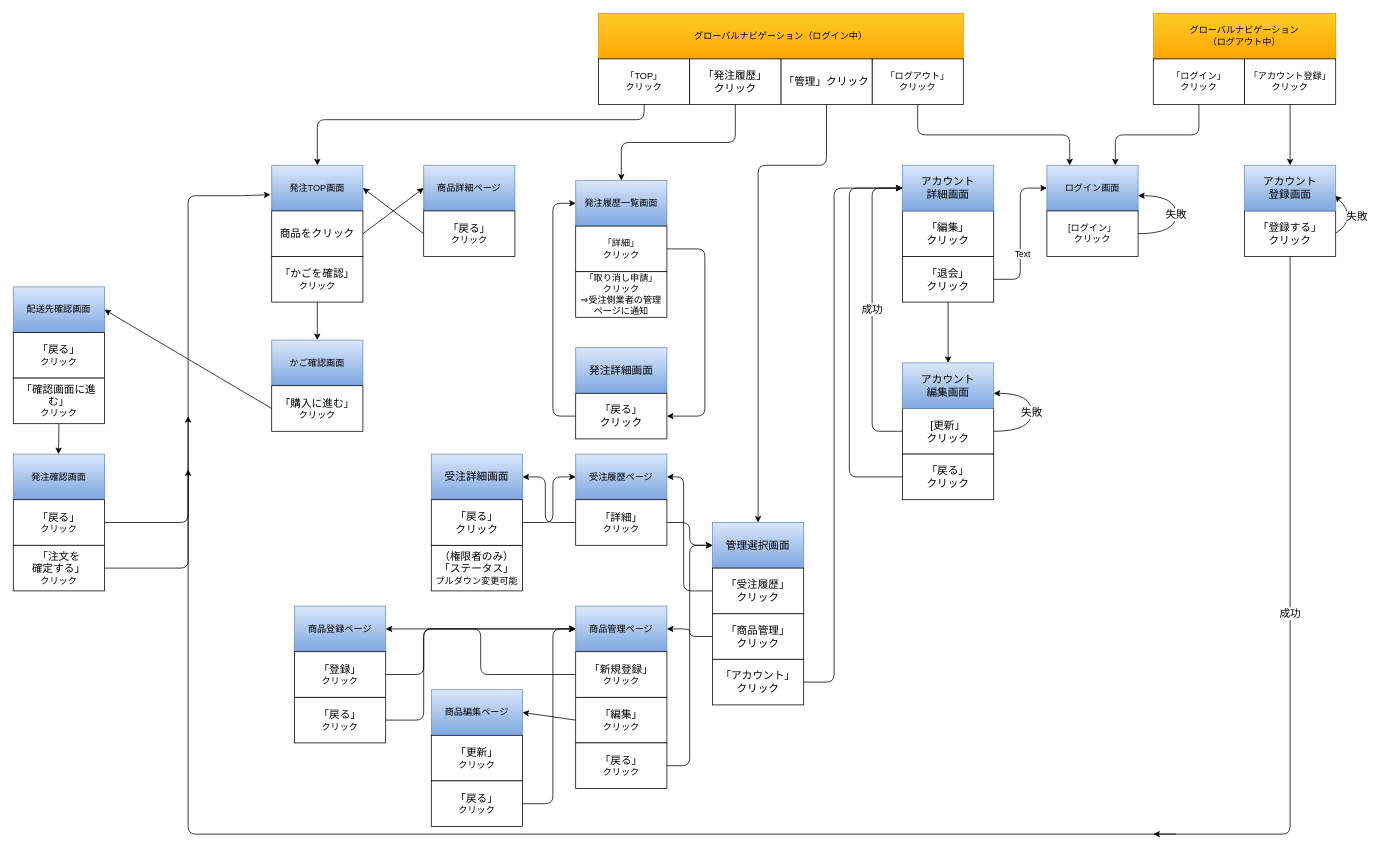
Above: screen_transition3.drawio in ushimedia/catalog_task_3 (draw.io), before the change. Source tidied: cells renumbered, new cells numbered last; positions are measured from the earlier drawing's top-left corner, leaving out a move shared by most shapes. Both pictures are drawn from the tidied source at 76%, with x=0, y=0 at pixel (13, 13).
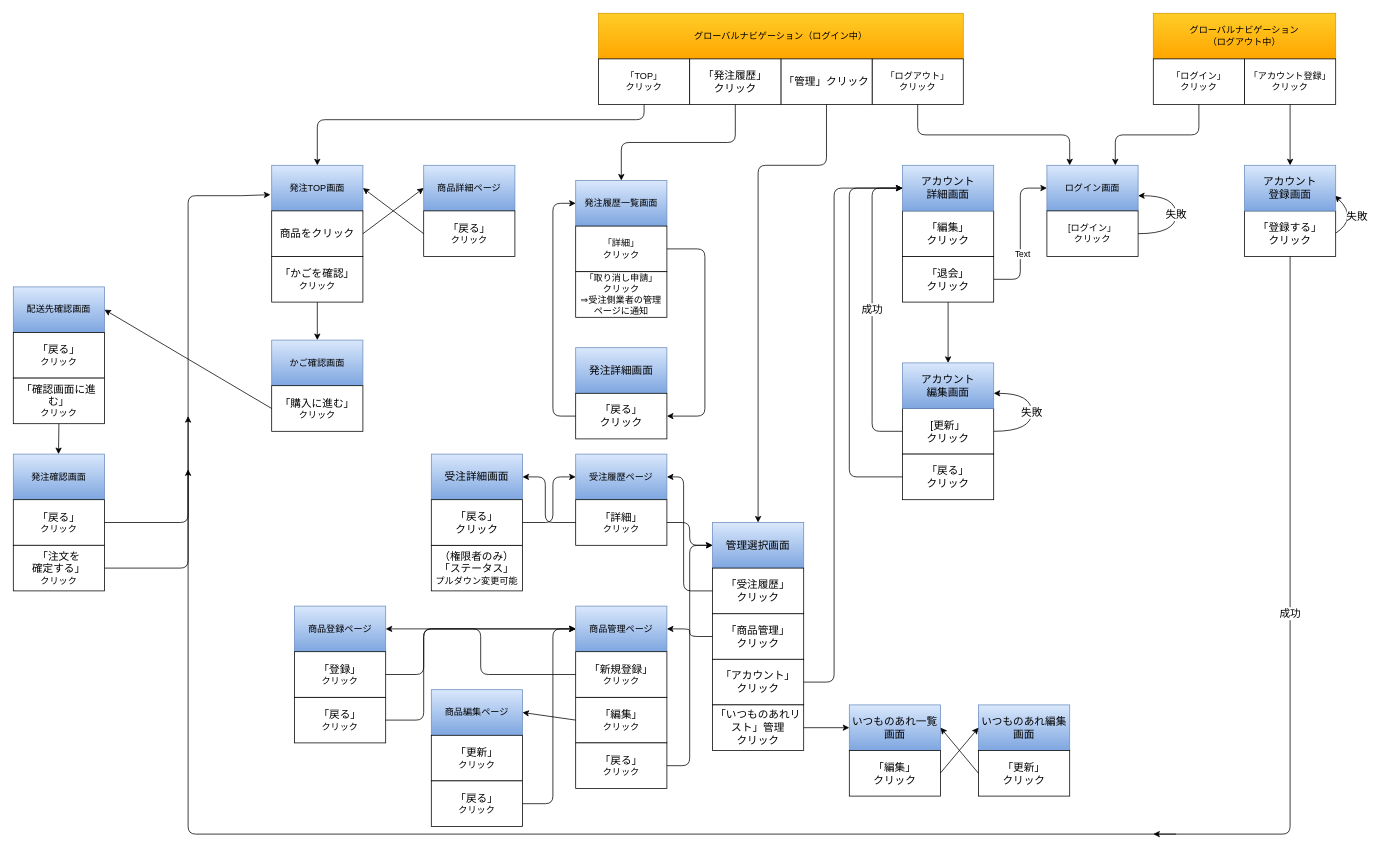
Above is the later version.

Diff of the diagram source:
```diff
@@
+    <mxCell id="95" value="「いつものあれリスト」管理&lt;br&gt;クリック" style="rounded=0;whiteSpace=wrap;html=1;fontSize=14;" parent="1" vertex="1">
+      <mxGeometry x="920" y="910" width="120" height="60" as="geometry" />
+    </mxCell>
+    <mxCell id="96" value="いつものあれ編集画面" style="rounded=0;whiteSpace=wrap;html=1;fontSize=14;fillColor=#dae8fc;gradientColor=#7ea6e0;strokeColor=#6c8ebf;" parent="1" vertex="1">
+      <mxGeometry x="1270" y="910" width="120" height="60" as="geometry" />
+    </mxCell>
+    <mxCell id="97" value="「更新」&lt;br&gt;クリック" style="rounded=0;whiteSpace=wrap;html=1;fontSize=14;" parent="1" vertex="1">
+      <mxGeometry x="1270" y="970" width="120" height="60" as="geometry" />
+    </mxCell>
+    <mxCell id="98" value="いつものあれ一覧画面" style="rounded=0;whiteSpace=wrap;html=1;fontSize=14;fillColor=#dae8fc;gradientColor=#7ea6e0;strokeColor=#6c8ebf;" parent="1" vertex="1">
+      <mxGeometry x="1100" y="910" width="120" height="60" as="geometry" />
+    </mxCell>
+    <mxCell id="99" value="「編集」&lt;br&gt;クリック" style="rounded=0;whiteSpace=wrap;html=1;fontSize=14;" parent="1" vertex="1">
+      <mxGeometry x="1100" y="970" width="120" height="60" as="geometry" />
+    </mxCell>
+    <mxCell id="100" style="endArrow=classic;html=1;entryX=0;entryY=0.5;entryDx=0;entryDy=0;exitX=1;exitY=0.5;exitDx=0;exitDy=0;" parent="1" edge="1" source="95" target="98">
+      <mxGeometry relative="1" as="geometry" />
+    </mxCell>
+    <mxCell id="101" style="endArrow=classic;html=1;entryX=0;entryY=0.5;entryDx=0;entryDy=0;exitX=1;exitY=0.5;exitDx=0;exitDy=0;" parent="1" edge="1" target="96">
+      <mxGeometry relative="1" as="geometry">
+        <mxPoint x="1220" y="999.5" as="sourcePoint" />
+      </mxGeometry>
+    </mxCell>
+    <mxCell id="102" style="endArrow=classic;html=1;entryX=1;entryY=0.5;entryDx=0;entryDy=0;exitX=0;exitY=0.5;exitDx=0;exitDy=0;" parent="1" edge="1" source="97" target="98">
+      <mxGeometry relative="1" as="geometry" />
+    </mxCell>
```
